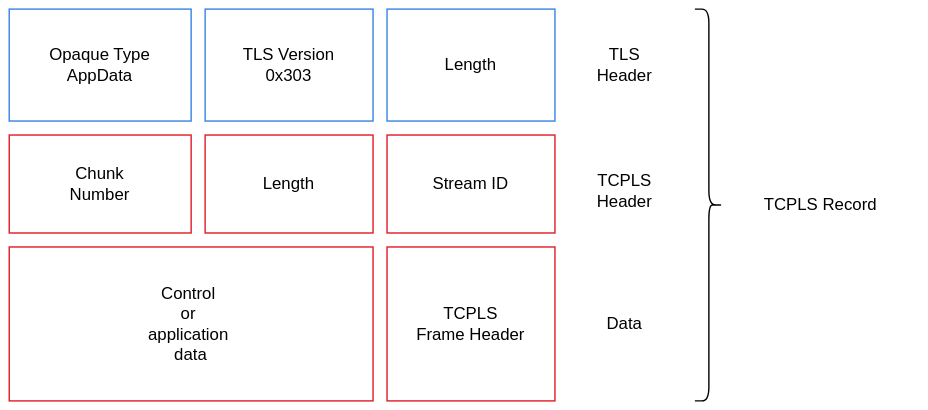
Before: tcpls_record.svg, a diagram exported from draw.io (helkoulak/gemini). Source tidied: cells renumbered, new cells last; positions are measured from the earlier drawing's top-left corner, leaving out a move shared by most shapes. The source it was exported from:
```xml
<mxGraphModel>
  <root>
    <mxCell id="0" />
    <mxCell id="1" parent="0" />
    <mxCell id="2" value="Opaque Type&lt;br&gt;AppData" style="rounded=0;whiteSpace=wrap;html=1;strokeColor=#3584e4;" parent="1" vertex="1">
      <mxGeometry width="130" height="80" as="geometry" />
    </mxCell>
    <mxCell id="3" value="TLS Version&lt;br&gt;0x303" style="rounded=0;whiteSpace=wrap;html=1;strokeColor=#3584e4;" parent="1" vertex="1">
      <mxGeometry x="140" width="120" height="80" as="geometry" />
    </mxCell>
    <mxCell id="4" value="Length" style="rounded=0;whiteSpace=wrap;html=1;strokeColor=#3584e4;" parent="1" vertex="1">
      <mxGeometry x="270" width="120" height="80" as="geometry" />
    </mxCell>
    <mxCell id="5" value="&lt;div&gt;Control&amp;nbsp;&lt;/div&gt;&lt;div&gt;or&amp;nbsp;&lt;/div&gt;&lt;div&gt;application&amp;nbsp;&lt;/div&gt;&lt;div&gt;data&lt;/div&gt;" style="rounded=0;whiteSpace=wrap;html=1;strokeColor=#e01b24;" parent="1" vertex="1">
      <mxGeometry y="170" width="260" height="110" as="geometry" />
    </mxCell>
    <mxCell id="6" value="&lt;div&gt;TCPLS&lt;/div&gt;&lt;div&gt;Frame Header&lt;br&gt;&lt;/div&gt;" style="rounded=0;whiteSpace=wrap;html=1;strokeColor=#e01b24;" parent="1" vertex="1">
      <mxGeometry x="270" y="170" width="120" height="110" as="geometry" />
    </mxCell>
    <mxCell id="7" style="shape=curlyBracket;whiteSpace=wrap;html=1;rounded=1;flipH=1;labelPosition=right;verticalLabelPosition=middle;align=left;verticalAlign=middle;" parent="1" vertex="1">
      <mxGeometry x="490" width="20" height="280" as="geometry" />
    </mxCell>
    <mxCell id="8" value="TCPLS Record" style="text;html=1;align=center;verticalAlign=middle;whiteSpace=wrap;rounded=0;" parent="1" vertex="1">
      <mxGeometry x="510" y="125" width="140" height="30" as="geometry" />
    </mxCell>
    <mxCell id="9" value="&lt;div&gt;TLS&lt;/div&gt;&lt;div&gt;Header&lt;br&gt;&lt;/div&gt;" style="text;html=1;align=center;verticalAlign=middle;whiteSpace=wrap;rounded=0;" parent="1" vertex="1">
      <mxGeometry x="410" y="25" width="60" height="30" as="geometry" />
    </mxCell>
    <mxCell id="10" value="&lt;div&gt;TCPLS&lt;/div&gt;&lt;div&gt;Header&lt;br&gt;&lt;/div&gt;" style="text;html=1;align=center;verticalAlign=middle;whiteSpace=wrap;rounded=0;" parent="1" vertex="1">
      <mxGeometry x="410" y="115" width="60" height="30" as="geometry" />
    </mxCell>
    <mxCell id="11" value="Data" style="text;html=1;align=center;verticalAlign=middle;whiteSpace=wrap;rounded=0;" parent="1" vertex="1">
      <mxGeometry x="410" y="202.5" width="60" height="45" as="geometry" />
    </mxCell>
    <mxCell id="12" value="&lt;div&gt;Chunk &lt;br&gt;&lt;/div&gt;&lt;div&gt;Number&lt;br&gt;&lt;/div&gt;" style="rounded=0;whiteSpace=wrap;html=1;strokeColor=#e01b24;" parent="1" vertex="1">
      <mxGeometry y="90" width="130" height="70" as="geometry" />
    </mxCell>
    <mxCell id="13" value="Length" style="rounded=0;whiteSpace=wrap;html=1;strokeColor=#e01b24;" parent="1" vertex="1">
      <mxGeometry x="140" y="90" width="120" height="70" as="geometry" />
    </mxCell>
    <mxCell id="14" value="Stream ID" style="rounded=0;whiteSpace=wrap;html=1;strokeColor=#e01b24;" parent="1" vertex="1">
      <mxGeometry x="270" y="90" width="120" height="70" as="geometry" />
    </mxCell>
  </root>
</mxGraphModel>
```
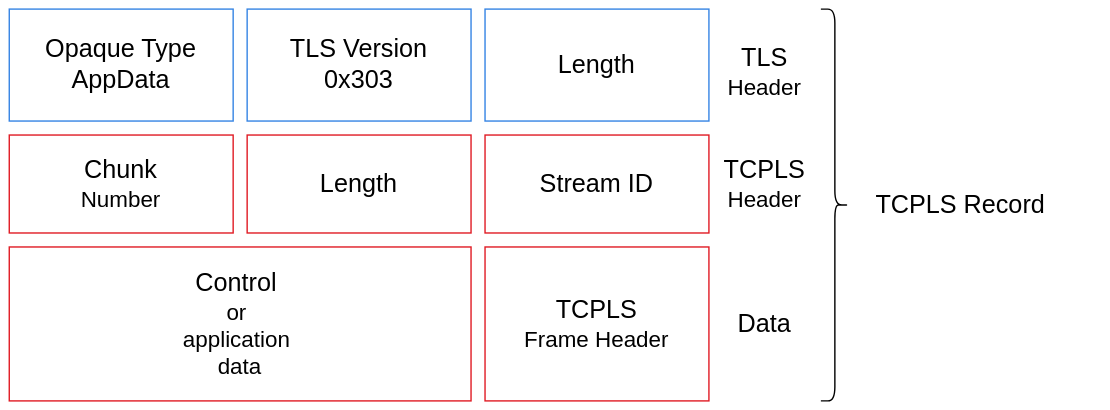
The same file after the commit.

What changed in the source:
```diff
@@ -2,44 +2,44 @@
   <root>
     <mxCell id="0" />
     <mxCell id="1" parent="0" />
-    <mxCell id="2" value="Opaque Type&lt;br&gt;AppData" style="rounded=0;whiteSpace=wrap;html=1;strokeColor=#3584e4;" parent="1" vertex="1">
-      <mxGeometry width="130" height="80" as="geometry" />
+    <mxCell id="2" value="&lt;font style=&quot;font-size: 18px;&quot;&gt;Opaque Type&lt;br&gt;AppData&lt;/font&gt;" style="rounded=0;whiteSpace=wrap;html=1;strokeColor=#3584e4;" parent="1" vertex="1">
+      <mxGeometry x="-20" width="160" height="80" as="geometry" />
     </mxCell>
-    <mxCell id="3" value="TLS Version&lt;br&gt;0x303" style="rounded=0;whiteSpace=wrap;html=1;strokeColor=#3584e4;" parent="1" vertex="1">
-      <mxGeometry x="140" width="120" height="80" as="geometry" />
+    <mxCell id="3" value="&lt;font style=&quot;font-size: 18px;&quot;&gt;TLS Version&lt;br&gt;0x303&lt;/font&gt;" style="rounded=0;whiteSpace=wrap;html=1;strokeColor=#3584e4;" parent="1" vertex="1">
+      <mxGeometry x="150" width="160" height="80" as="geometry" />
     </mxCell>
-    <mxCell id="4" value="Length" style="rounded=0;whiteSpace=wrap;html=1;strokeColor=#3584e4;" parent="1" vertex="1">
-      <mxGeometry x="270" width="120" height="80" as="geometry" />
+    <mxCell id="4" value="&lt;font style=&quot;font-size: 18px;&quot;&gt;Length&lt;/font&gt;" style="rounded=0;whiteSpace=wrap;html=1;strokeColor=#3584e4;" parent="1" vertex="1">
+      <mxGeometry x="320" width="160" height="80" as="geometry" />
     </mxCell>
-    <mxCell id="5" value="&lt;div&gt;Control&amp;nbsp;&lt;/div&gt;&lt;div&gt;or&amp;nbsp;&lt;/div&gt;&lt;div&gt;application&amp;nbsp;&lt;/div&gt;&lt;div&gt;data&lt;/div&gt;" style="rounded=0;whiteSpace=wrap;html=1;strokeColor=#e01b24;" parent="1" vertex="1">
-      <mxGeometry y="170" width="260" height="110" as="geometry" />
+    <mxCell id="5" value="&lt;div&gt;&lt;font style=&quot;font-size: 18px;&quot;&gt;Control&amp;nbsp;&lt;/font&gt;&lt;/div&gt;&lt;div&gt;&lt;font size=&quot;3&quot;&gt;or&amp;nbsp;&lt;/font&gt;&lt;/div&gt;&lt;div&gt;&lt;font size=&quot;3&quot;&gt;application&amp;nbsp;&lt;/font&gt;&lt;/div&gt;&lt;div&gt;&lt;font size=&quot;3&quot;&gt;data&lt;/font&gt;&lt;/div&gt;" style="rounded=0;whiteSpace=wrap;html=1;strokeColor=#e01b24;" parent="1" vertex="1">
+      <mxGeometry x="-20" y="170" width="330" height="110" as="geometry" />
     </mxCell>
-    <mxCell id="6" value="&lt;div&gt;TCPLS&lt;/div&gt;&lt;div&gt;Frame Header&lt;br&gt;&lt;/div&gt;" style="rounded=0;whiteSpace=wrap;html=1;strokeColor=#e01b24;" parent="1" vertex="1">
-      <mxGeometry x="270" y="170" width="120" height="110" as="geometry" />
+    <mxCell id="6" value="&lt;div&gt;&lt;font style=&quot;font-size: 18px;&quot;&gt;TCPLS&lt;/font&gt;&lt;/div&gt;&lt;div&gt;&lt;font size=&quot;3&quot;&gt;Frame Header&lt;br&gt;&lt;/font&gt;&lt;/div&gt;" style="rounded=0;whiteSpace=wrap;html=1;strokeColor=#e01b24;" parent="1" vertex="1">
+      <mxGeometry x="320" y="170" width="160" height="110" as="geometry" />
     </mxCell>
     <mxCell id="7" style="shape=curlyBracket;whiteSpace=wrap;html=1;rounded=1;flipH=1;labelPosition=right;verticalLabelPosition=middle;align=left;verticalAlign=middle;" parent="1" vertex="1">
-      <mxGeometry x="490" width="20" height="280" as="geometry" />
+      <mxGeometry x="560" width="20" height="280" as="geometry" />
     </mxCell>
-    <mxCell id="8" value="TCPLS Record" style="text;html=1;align=center;verticalAlign=middle;whiteSpace=wrap;rounded=0;" parent="1" vertex="1">
-      <mxGeometry x="510" y="125" width="140" height="30" as="geometry" />
+    <mxCell id="8" value="&lt;font style=&quot;font-size: 18px;&quot;&gt;TCPLS Record&lt;/font&gt;" style="text;html=1;align=center;verticalAlign=middle;whiteSpace=wrap;rounded=0;" parent="1" vertex="1">
+      <mxGeometry x="560" y="125" width="200" height="30" as="geometry" />
     </mxCell>
-    <mxCell id="9" value="&lt;div&gt;TLS&lt;/div&gt;&lt;div&gt;Header&lt;br&gt;&lt;/div&gt;" style="text;html=1;align=center;verticalAlign=middle;whiteSpace=wrap;rounded=0;" parent="1" vertex="1">
-      <mxGeometry x="410" y="25" width="60" height="30" as="geometry" />
+    <mxCell id="9" value="&lt;div&gt;&lt;font style=&quot;font-size: 18px;&quot;&gt;TLS&lt;/font&gt;&lt;/div&gt;&lt;div&gt;&lt;font size=&quot;3&quot;&gt;Header&lt;br&gt;&lt;/font&gt;&lt;/div&gt;" style="text;html=1;align=center;verticalAlign=middle;whiteSpace=wrap;rounded=0;" parent="1" vertex="1">
+      <mxGeometry x="490" y="30" width="60" height="30" as="geometry" />
     </mxCell>
-    <mxCell id="10" value="&lt;div&gt;TCPLS&lt;/div&gt;&lt;div&gt;Header&lt;br&gt;&lt;/div&gt;" style="text;html=1;align=center;verticalAlign=middle;whiteSpace=wrap;rounded=0;" parent="1" vertex="1">
-      <mxGeometry x="410" y="115" width="60" height="30" as="geometry" />
+    <mxCell id="10" value="&lt;div&gt;&lt;font style=&quot;font-size: 18px;&quot;&gt;TCPLS&lt;/font&gt;&lt;/div&gt;&lt;div&gt;&lt;font size=&quot;3&quot;&gt;Header&lt;br&gt;&lt;/font&gt;&lt;/div&gt;" style="text;html=1;align=center;verticalAlign=middle;whiteSpace=wrap;rounded=0;" parent="1" vertex="1">
+      <mxGeometry x="490" y="110" width="60" height="30" as="geometry" />
     </mxCell>
-    <mxCell id="11" value="Data" style="text;html=1;align=center;verticalAlign=middle;whiteSpace=wrap;rounded=0;" parent="1" vertex="1">
-      <mxGeometry x="410" y="202.5" width="60" height="45" as="geometry" />
+    <mxCell id="11" value="&lt;font style=&quot;font-size: 18px;&quot;&gt;Data&lt;/font&gt;" style="text;html=1;align=center;verticalAlign=middle;whiteSpace=wrap;rounded=0;" parent="1" vertex="1">
+      <mxGeometry x="490" y="202.5" width="60" height="45" as="geometry" />
     </mxCell>
-    <mxCell id="12" value="&lt;div&gt;Chunk &lt;br&gt;&lt;/div&gt;&lt;div&gt;Number&lt;br&gt;&lt;/div&gt;" style="rounded=0;whiteSpace=wrap;html=1;strokeColor=#e01b24;" parent="1" vertex="1">
-      <mxGeometry y="90" width="130" height="70" as="geometry" />
+    <mxCell id="12" value="&lt;div&gt;&lt;font style=&quot;font-size: 18px;&quot;&gt;Chunk &lt;br&gt;&lt;/font&gt;&lt;/div&gt;&lt;div&gt;&lt;font size=&quot;3&quot;&gt;Number&lt;br&gt;&lt;/font&gt;&lt;/div&gt;" style="rounded=0;whiteSpace=wrap;html=1;strokeColor=#e01b24;" parent="1" vertex="1">
+      <mxGeometry x="-20" y="90" width="160" height="70" as="geometry" />
     </mxCell>
-    <mxCell id="13" value="Length" style="rounded=0;whiteSpace=wrap;html=1;strokeColor=#e01b24;" parent="1" vertex="1">
-      <mxGeometry x="140" y="90" width="120" height="70" as="geometry" />
+    <mxCell id="13" value="&lt;font style=&quot;font-size: 18px;&quot;&gt;Length&lt;/font&gt;" style="rounded=0;whiteSpace=wrap;html=1;strokeColor=#e01b24;" parent="1" vertex="1">
+      <mxGeometry x="150" y="90" width="160" height="70" as="geometry" />
     </mxCell>
-    <mxCell id="14" value="Stream ID" style="rounded=0;whiteSpace=wrap;html=1;strokeColor=#e01b24;" parent="1" vertex="1">
-      <mxGeometry x="270" y="90" width="120" height="70" as="geometry" />
+    <mxCell id="14" value="&lt;font style=&quot;font-size: 18px;&quot;&gt;Stream ID&lt;/font&gt;" style="rounded=0;whiteSpace=wrap;html=1;strokeColor=#e01b24;" parent="1" vertex="1">
+      <mxGeometry x="320" y="90" width="160" height="70" as="geometry" />
     </mxCell>
   </root>
 </mxGraphModel>
```
